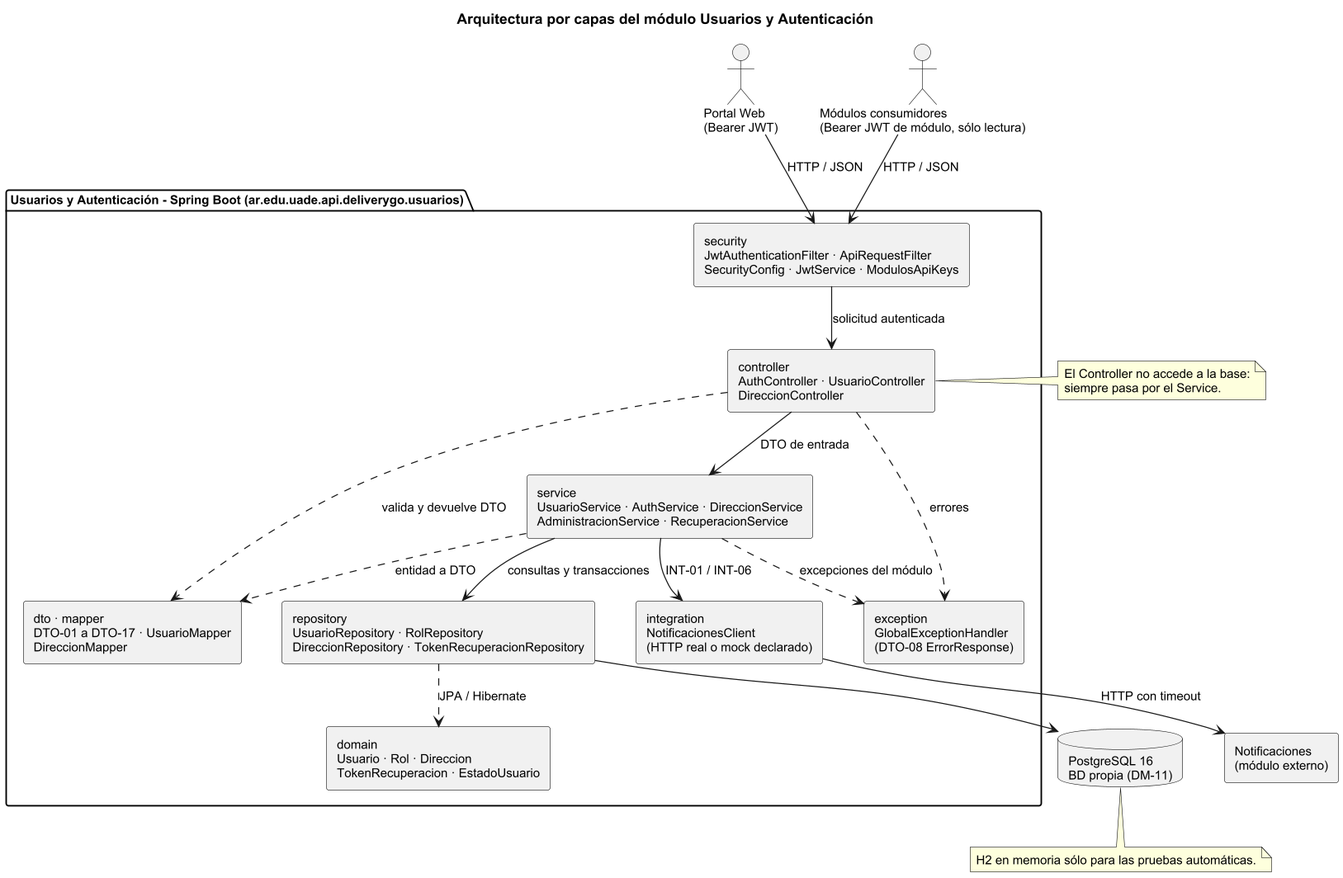
Above: doc/Diagramas/arquitectura.png in CarlaGorgal2002/deliverygo-usuarios-auth (PlantUML), before the change.
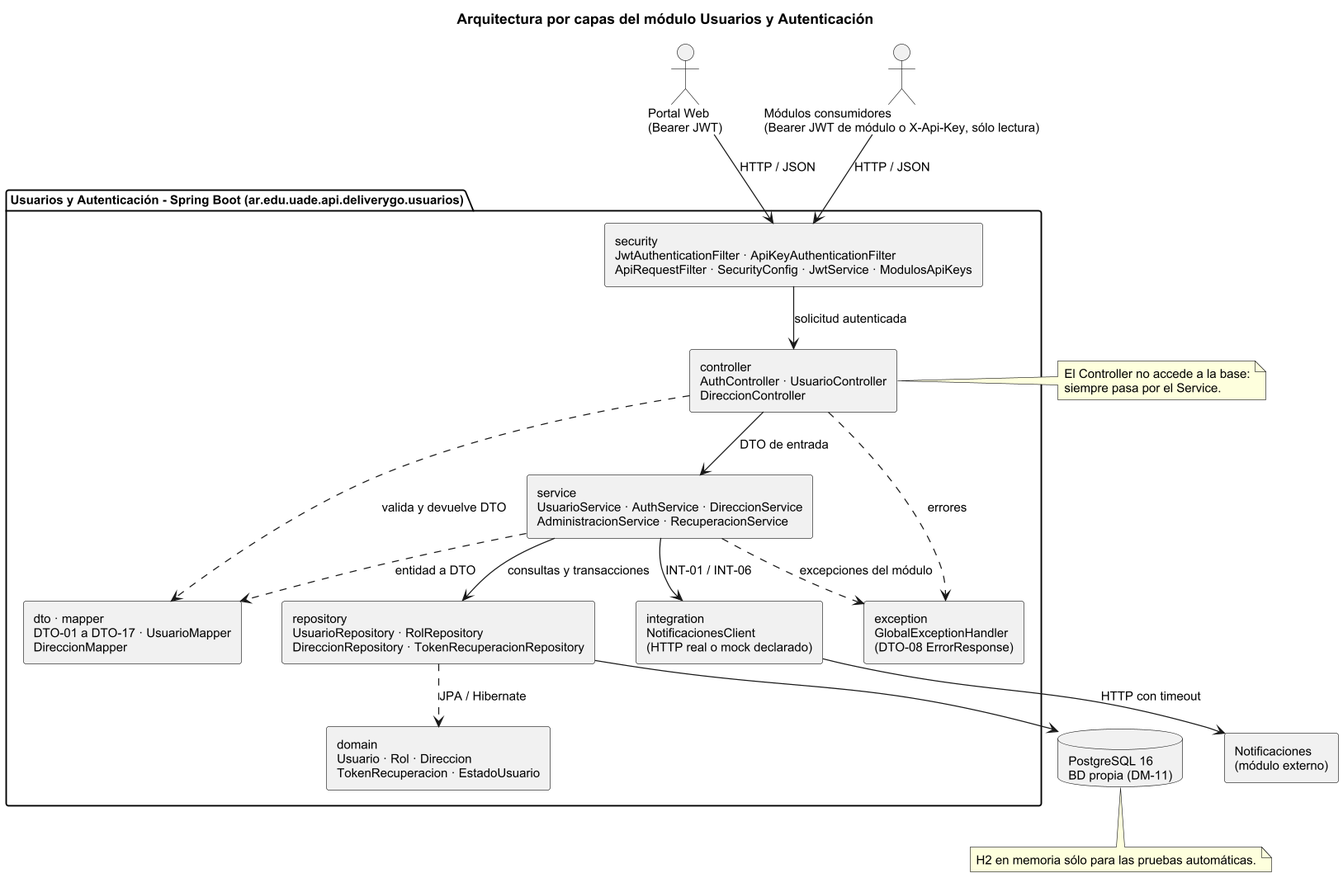
After the change.

Diff of the diagram source:
```diff
@@ -9,10 +9,10 @@
 title Arquitectura por capas del módulo Usuarios y Autenticación
 
 actor "Portal Web\n(Bearer JWT)" as Portal
-actor "Módulos consumidores\n(Bearer JWT de módulo, sólo lectura)" as Mods
+actor "Módulos consumidores\n(Bearer JWT de módulo o X-Api-Key, sólo lectura)" as Mods
 
 package "Usuarios y Autenticación - Spring Boot (ar.edu.uade.api.deliverygo.usuarios)" {
-  component "security\nJwtAuthenticationFilter · ApiRequestFilter\nSecurityConfig · JwtService · ModulosApiKeys" as Sec
+  component "security\nJwtAuthenticationFilter · ApiKeyAuthenticationFilter\nApiRequestFilter · SecurityConfig · JwtService · ModulosApiKeys" as Sec
   component "controller\nAuthController · UsuarioController\nDireccionController" as Ctrl
   component "dto · mapper\nDTO-01 a DTO-17 · UsuarioMapper\nDireccionMapper" as Dto
   component "service\nUsuarioService · AuthService · DireccionService\nAdministracionService · RecuperacionService" as Srv
```
